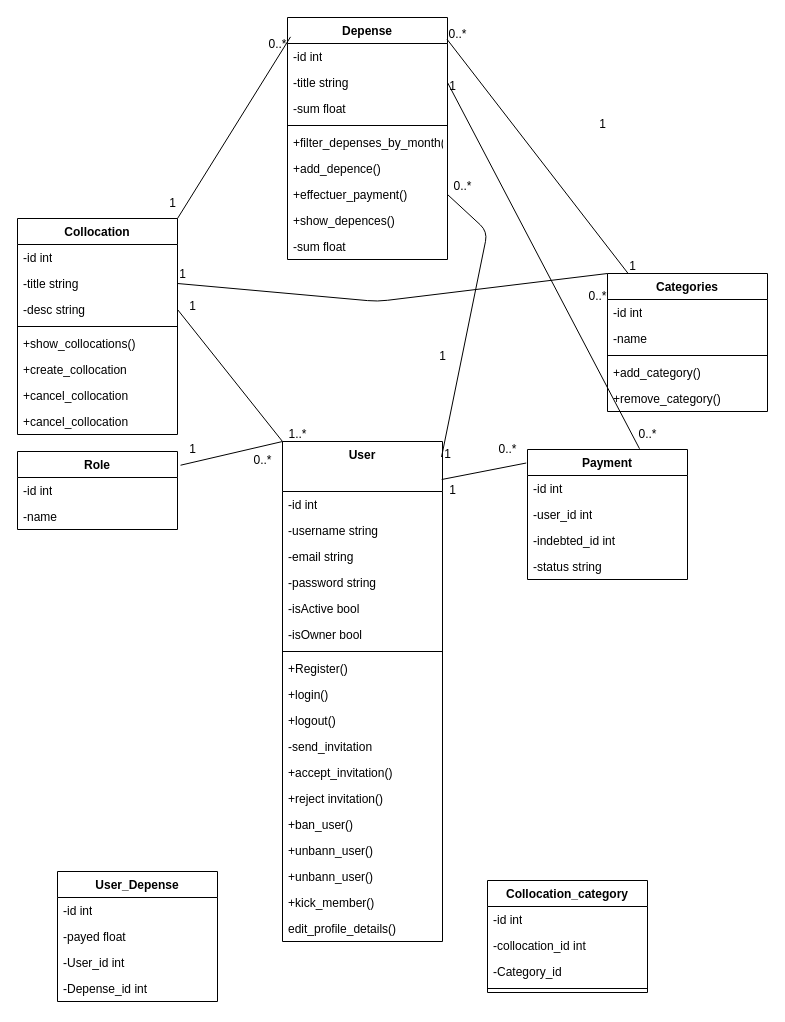
Above: diagrammes/dgm_Classes.drawio in Ammar-Kasimi/briefSoutenance2 (draw.io), before the change. Source tidied: cells renumbered, new cells numbered last; positions are measured from the earlier drawing's top-left corner, leaving out a move shared by most shapes. Both pictures are drawn from the tidied source at 100%, with x=0, y=0 at pixel (17, 17).
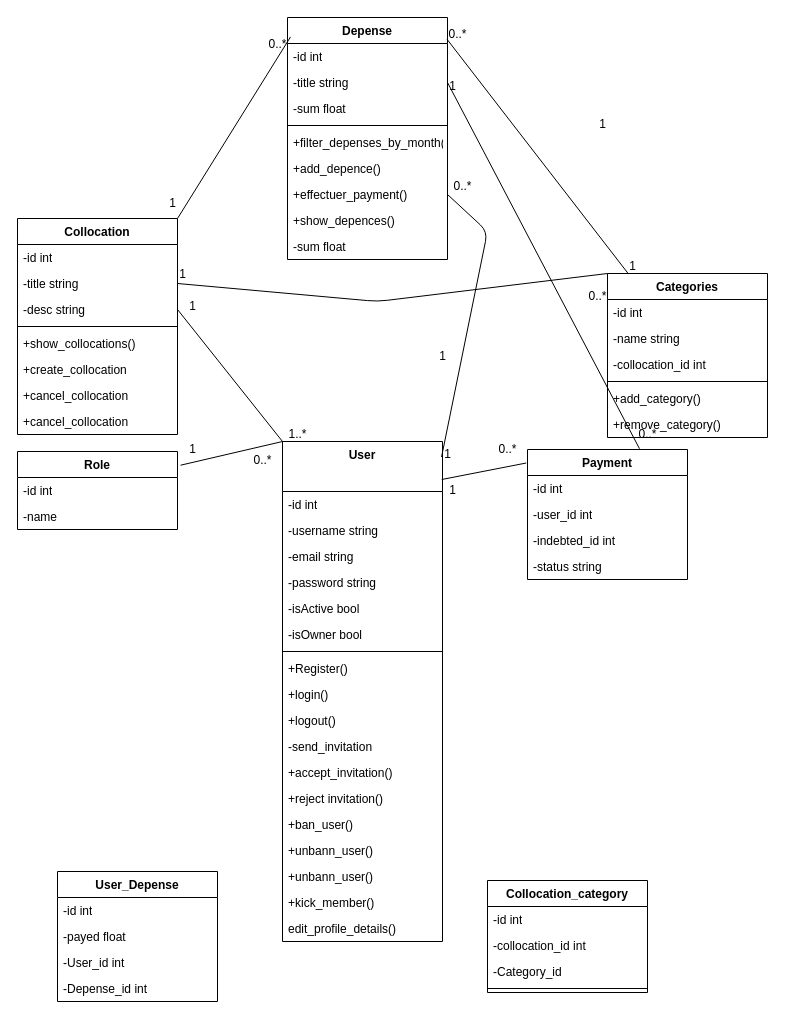
After the change.

Commit message (it also covers changes not shown here):
made collocation and category controller,still needs adjustments and blade is still incomplete

Change to the diagram source:
```diff
@@
     <mxCell id="48" value="Categories" style="swimlane;fontStyle=1;align=center;verticalAlign=top;horizontal=1;startSize=26;whiteSpace=wrap;html=1;" parent="1" vertex="1">
-      <mxGeometry x="590" y="256" width="160" height="138" as="geometry" />
+      <mxGeometry x="590" y="256" width="160" height="164" as="geometry" />
     </mxCell>
@@
+    <mxCell id="90" value="-name string" style="text;strokeColor=none;fillColor=none;align=left;verticalAlign=top;spacingLeft=4;spacingRight=4;overflow=hidden;whiteSpace=wrap;html=1;" parent="48" vertex="1">
+      <mxGeometry y="52" width="160" height="26" as="geometry" />
+    </mxCell>
-    <mxCell id="50" value="-name" style="text;strokeColor=none;fillColor=none;align=left;verticalAlign=top;spacingLeft=4;spacingRight=4;overflow=hidden;whiteSpace=wrap;html=1;" parent="48" vertex="1">
-      <mxGeometry y="52" width="160" height="26" as="geometry" />
+    <mxCell id="50" value="-collocation_id int" style="text;strokeColor=none;fillColor=none;align=left;verticalAlign=top;spacingLeft=4;spacingRight=4;overflow=hidden;whiteSpace=wrap;html=1;" parent="48" vertex="1">
+      <mxGeometry y="78" width="160" height="26" as="geometry" />
     </mxCell>
     <mxCell id="51" style="line;strokeWidth=1;fillColor=none;align=left;verticalAlign=middle;spacingTop=-1;spacingLeft=3;spacingRight=3;labelPosition=right;strokeColor=inherit;" parent="48" vertex="1">
-      <mxGeometry y="78" width="160" height="8" as="geometry" />
+      <mxGeometry y="104" width="160" height="8" as="geometry" />
     </mxCell>
     <mxCell id="52" value="+add_category()" style="text;strokeColor=none;fillColor=none;align=left;verticalAlign=top;spacingLeft=4;spacingRight=4;overflow=hidden;whiteSpace=wrap;html=1;" parent="48" vertex="1">
-      <mxGeometry y="86" width="160" height="26" as="geometry" />
+      <mxGeometry y="112" width="160" height="26" as="geometry" />
     </mxCell>
     <mxCell id="53" value="+remove_category()" style="text;strokeColor=none;fillColor=none;align=left;verticalAlign=top;spacingLeft=4;spacingRight=4;overflow=hidden;whiteSpace=wrap;html=1;" parent="48" vertex="1">
-      <mxGeometry y="112" width="160" height="26" as="geometry" />
+      <mxGeometry y="138" width="160" height="26" as="geometry" />
     </mxCell>
```
